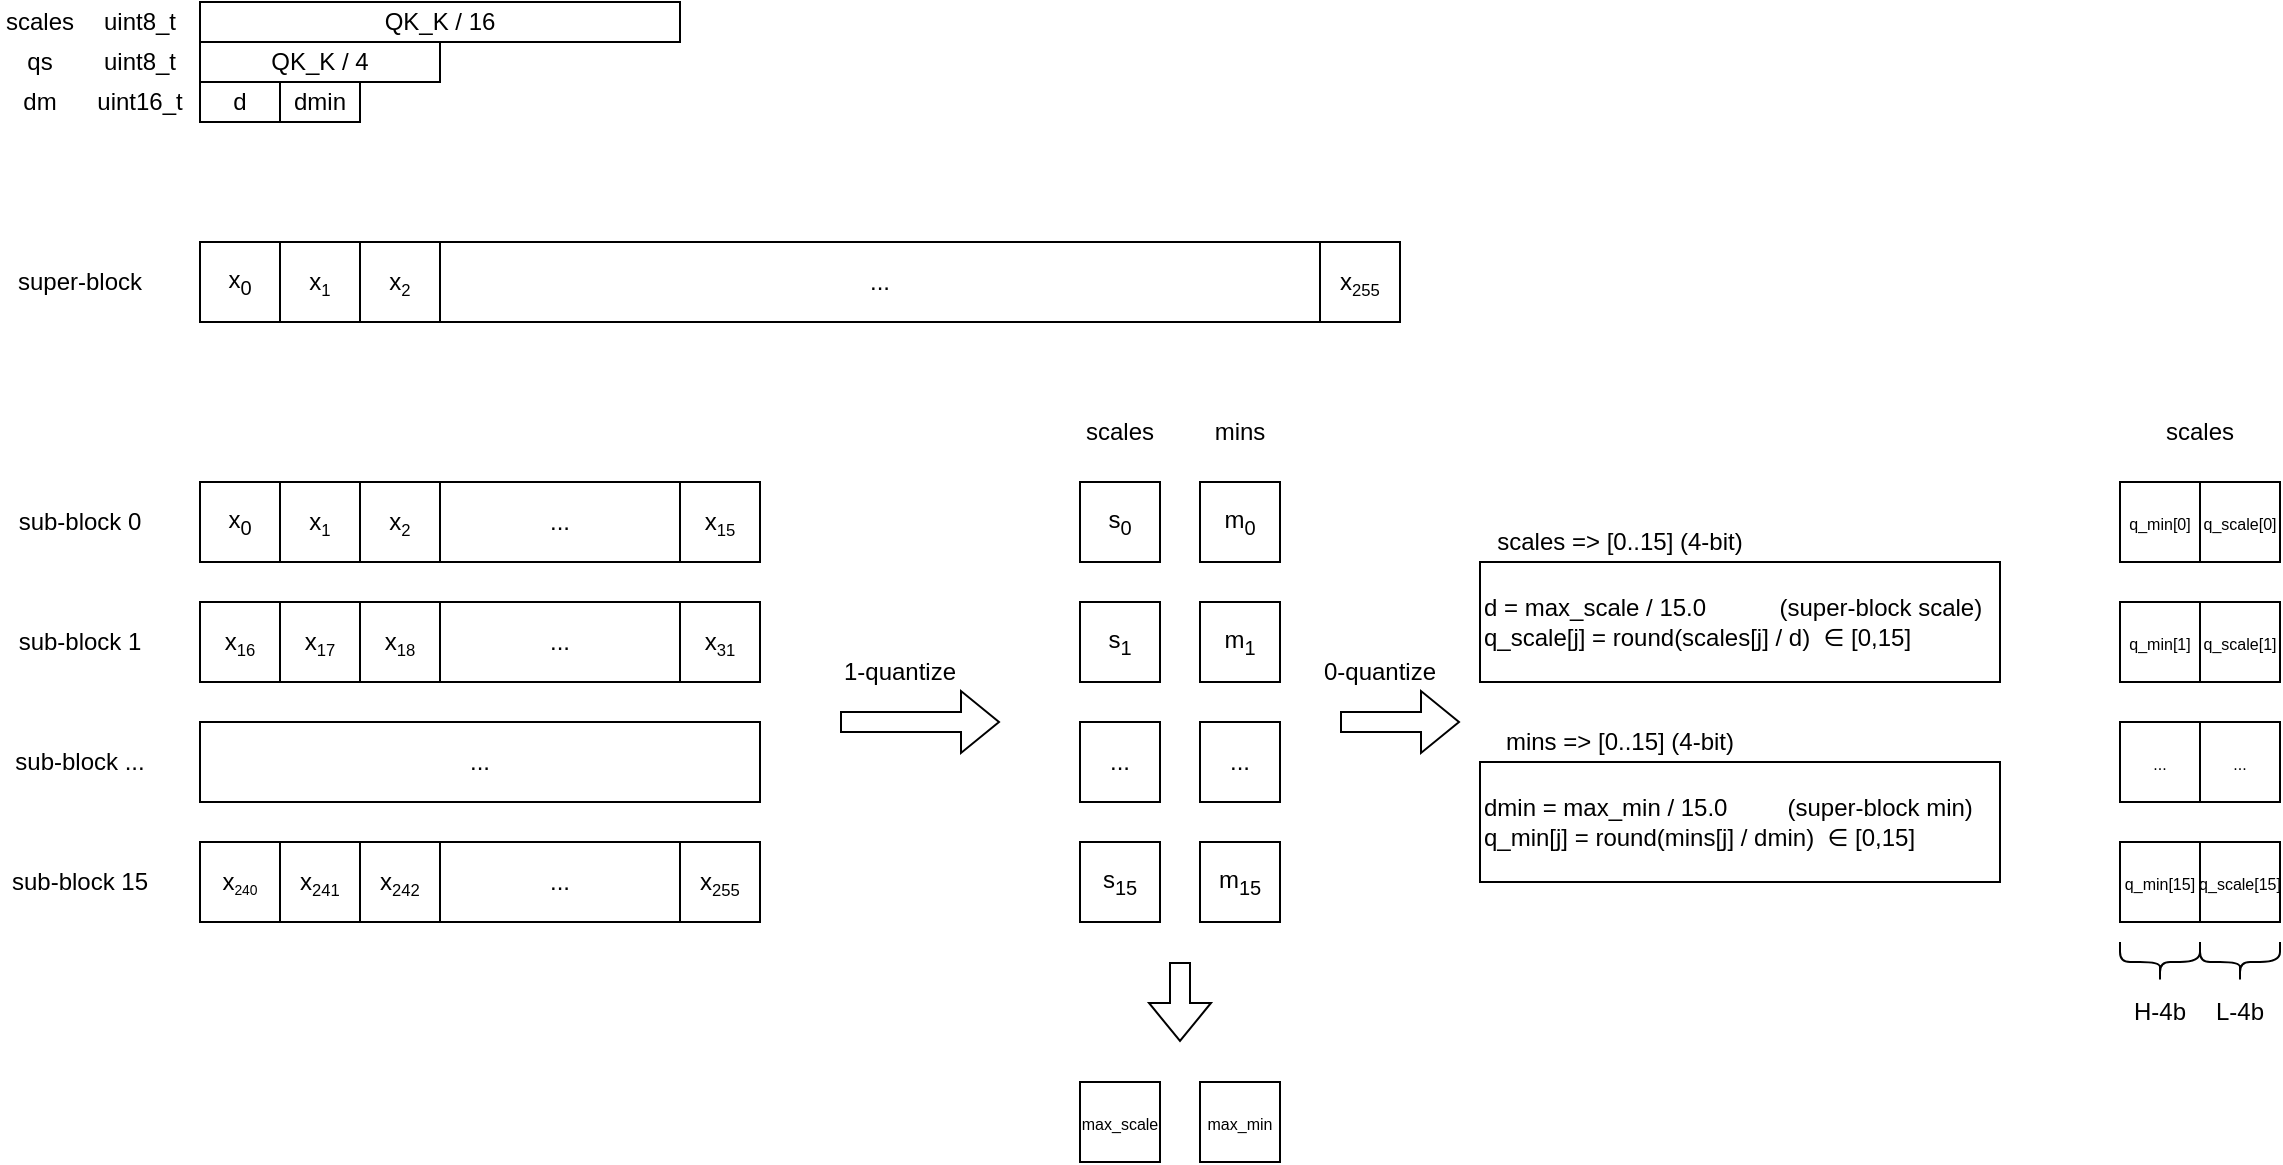
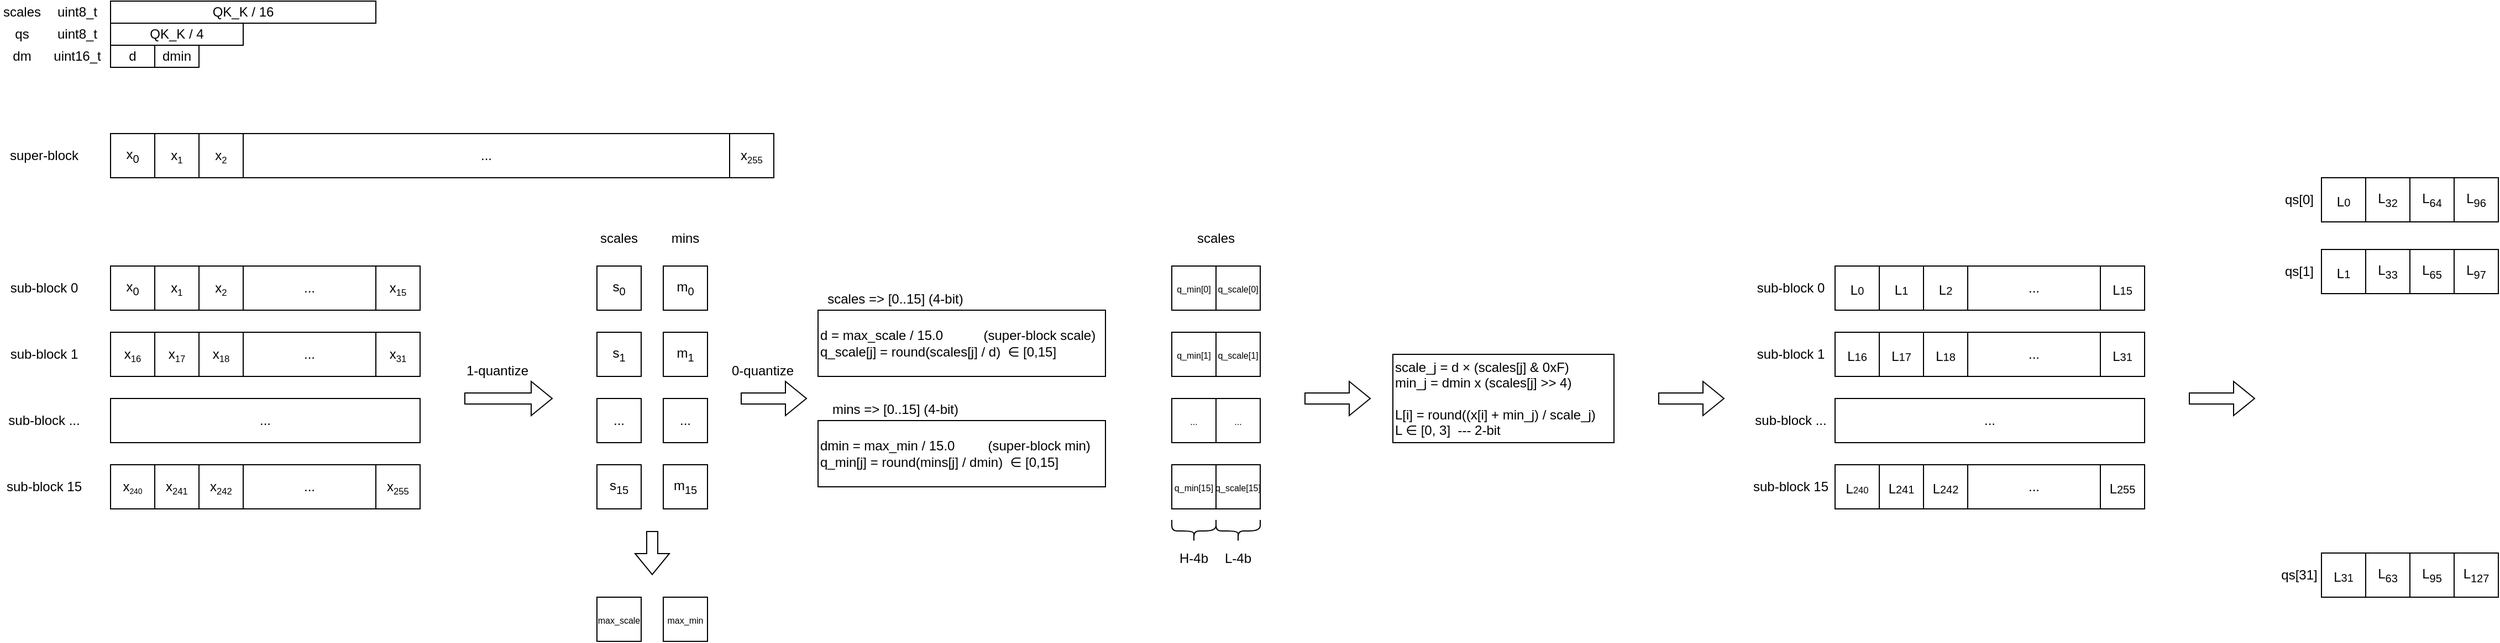
<mxfile host="app.diagrams.net">
  <diagram name="第 1 页" id="Si2-Z7cCXZd2prBrh_IV">
    <mxGraphModel dx="738" dy="1626" grid="1" gridSize="10" guides="1" tooltips="1" connect="1" arrows="1" fold="1" page="1" pageScale="1" pageWidth="827" pageHeight="1169" math="0" shadow="0">
      <root>
        <mxCell id="0" />
        <mxCell id="1" parent="0" />
        <mxCell id="sU8PSUKhDcx1YNUkFXAb-1" parent="1" style="rounded=0;whiteSpace=wrap;html=1;" value="x&lt;sub&gt;0&lt;/sub&gt;" vertex="1">
          <mxGeometry height="40" width="40" x="120" y="40" as="geometry" />
        </mxCell>
        <mxCell id="sU8PSUKhDcx1YNUkFXAb-2" parent="1" style="rounded=0;whiteSpace=wrap;html=1;" value="x&lt;span style=&quot;font-size: 10px;&quot;&gt;&lt;sub&gt;1&lt;/sub&gt;&lt;/span&gt;" vertex="1">
          <mxGeometry height="40" width="40" x="160" y="40" as="geometry" />
        </mxCell>
        <mxCell id="sU8PSUKhDcx1YNUkFXAb-3" parent="1" style="rounded=0;whiteSpace=wrap;html=1;" value="x&lt;span style=&quot;font-size: 10px;&quot;&gt;&lt;sub&gt;2&lt;/sub&gt;&lt;/span&gt;" vertex="1">
          <mxGeometry height="40" width="40" x="200" y="40" as="geometry" />
        </mxCell>
        <mxCell id="sU8PSUKhDcx1YNUkFXAb-4" parent="1" style="rounded=0;whiteSpace=wrap;html=1;" value="..." vertex="1">
          <mxGeometry height="40" width="440" x="240" y="40" as="geometry" />
        </mxCell>
        <mxCell id="sU8PSUKhDcx1YNUkFXAb-5" parent="1" style="rounded=0;whiteSpace=wrap;html=1;" value="x&lt;span style=&quot;font-size: 10px;&quot;&gt;&lt;sub&gt;255&lt;/sub&gt;&lt;/span&gt;" vertex="1">
          <mxGeometry height="40" width="40" x="680" y="40" as="geometry" />
        </mxCell>
        <mxCell id="sU8PSUKhDcx1YNUkFXAb-6" parent="1" style="text;html=1;whiteSpace=wrap;strokeColor=none;fillColor=none;align=center;verticalAlign=middle;rounded=0;" value="super-block" vertex="1">
          <mxGeometry height="40" width="80" x="20" y="40" as="geometry" />
        </mxCell>
        <mxCell id="sU8PSUKhDcx1YNUkFXAb-7" parent="1" style="rounded=0;whiteSpace=wrap;html=1;" value="x&lt;sub&gt;0&lt;/sub&gt;" vertex="1">
          <mxGeometry height="40" width="40" x="120" y="160" as="geometry" />
        </mxCell>
        <mxCell id="sU8PSUKhDcx1YNUkFXAb-8" parent="1" style="rounded=0;whiteSpace=wrap;html=1;" value="x&lt;span style=&quot;font-size: 10px;&quot;&gt;&lt;sub&gt;1&lt;/sub&gt;&lt;/span&gt;" vertex="1">
          <mxGeometry height="40" width="40" x="160" y="160" as="geometry" />
        </mxCell>
        <mxCell id="sU8PSUKhDcx1YNUkFXAb-9" parent="1" style="rounded=0;whiteSpace=wrap;html=1;" value="x&lt;span style=&quot;font-size: 10px;&quot;&gt;&lt;sub&gt;2&lt;/sub&gt;&lt;/span&gt;" vertex="1">
          <mxGeometry height="40" width="40" x="200" y="160" as="geometry" />
        </mxCell>
        <mxCell id="sU8PSUKhDcx1YNUkFXAb-10" parent="1" style="rounded=0;whiteSpace=wrap;html=1;" value="..." vertex="1">
          <mxGeometry height="40" width="120" x="240" y="160" as="geometry" />
        </mxCell>
        <mxCell id="sU8PSUKhDcx1YNUkFXAb-11" parent="1" style="rounded=0;whiteSpace=wrap;html=1;" value="x&lt;span style=&quot;font-size: 10px;&quot;&gt;&lt;sub&gt;15&lt;/sub&gt;&lt;/span&gt;" vertex="1">
          <mxGeometry height="40" width="40" x="360" y="160" as="geometry" />
        </mxCell>
        <mxCell id="sU8PSUKhDcx1YNUkFXAb-12" parent="1" style="rounded=0;whiteSpace=wrap;html=1;" value="x&lt;span style=&quot;font-size: 10px;&quot;&gt;&lt;sub&gt;16&lt;/sub&gt;&lt;/span&gt;" vertex="1">
          <mxGeometry height="40" width="40" x="120" y="220" as="geometry" />
        </mxCell>
        <mxCell id="sU8PSUKhDcx1YNUkFXAb-13" parent="1" style="rounded=0;whiteSpace=wrap;html=1;" value="x&lt;span style=&quot;font-size: 10px;&quot;&gt;&lt;sub&gt;17&lt;/sub&gt;&lt;/span&gt;" vertex="1">
          <mxGeometry height="40" width="40" x="160" y="220" as="geometry" />
        </mxCell>
        <mxCell id="sU8PSUKhDcx1YNUkFXAb-14" parent="1" style="rounded=0;whiteSpace=wrap;html=1;" value="x&lt;span style=&quot;font-size: 10px;&quot;&gt;&lt;sub&gt;18&lt;/sub&gt;&lt;/span&gt;" vertex="1">
          <mxGeometry height="40" width="40" x="200" y="220" as="geometry" />
        </mxCell>
        <mxCell id="sU8PSUKhDcx1YNUkFXAb-15" parent="1" style="rounded=0;whiteSpace=wrap;html=1;" value="..." vertex="1">
          <mxGeometry height="40" width="120" x="240" y="220" as="geometry" />
        </mxCell>
        <mxCell id="sU8PSUKhDcx1YNUkFXAb-16" parent="1" style="rounded=0;whiteSpace=wrap;html=1;" value="x&lt;span style=&quot;font-size: 10px;&quot;&gt;&lt;sub&gt;31&lt;/sub&gt;&lt;/span&gt;" vertex="1">
          <mxGeometry height="40" width="40" x="360" y="220" as="geometry" />
        </mxCell>
        <mxCell id="sU8PSUKhDcx1YNUkFXAb-17" parent="1" style="rounded=0;whiteSpace=wrap;html=1;" value="..." vertex="1">
          <mxGeometry height="40" width="280" x="120" y="280" as="geometry" />
        </mxCell>
        <mxCell id="sU8PSUKhDcx1YNUkFXAb-18" parent="1" style="rounded=0;whiteSpace=wrap;html=1;" value="x&lt;span style=&quot;font-size: 8.33333px;&quot;&gt;&lt;sub&gt;240&lt;/sub&gt;&lt;/span&gt;" vertex="1">
          <mxGeometry height="40" width="40" x="120" y="340" as="geometry" />
        </mxCell>
        <mxCell id="sU8PSUKhDcx1YNUkFXAb-19" parent="1" style="rounded=0;whiteSpace=wrap;html=1;" value="x&lt;span style=&quot;font-size: 10px;&quot;&gt;&lt;sub&gt;241&lt;/sub&gt;&lt;/span&gt;" vertex="1">
          <mxGeometry height="40" width="40" x="160" y="340" as="geometry" />
        </mxCell>
        <mxCell id="sU8PSUKhDcx1YNUkFXAb-20" parent="1" style="rounded=0;whiteSpace=wrap;html=1;" value="x&lt;span style=&quot;font-size: 10px;&quot;&gt;&lt;sub&gt;242&lt;/sub&gt;&lt;/span&gt;" vertex="1">
          <mxGeometry height="40" width="40" x="200" y="340" as="geometry" />
        </mxCell>
        <mxCell id="sU8PSUKhDcx1YNUkFXAb-21" parent="1" style="rounded=0;whiteSpace=wrap;html=1;" value="..." vertex="1">
          <mxGeometry height="40" width="120" x="240" y="340" as="geometry" />
        </mxCell>
        <mxCell id="sU8PSUKhDcx1YNUkFXAb-22" parent="1" style="rounded=0;whiteSpace=wrap;html=1;" value="x&lt;span style=&quot;font-size: 10px;&quot;&gt;&lt;sub&gt;255&lt;/sub&gt;&lt;/span&gt;" vertex="1">
          <mxGeometry height="40" width="40" x="360" y="340" as="geometry" />
        </mxCell>
        <mxCell id="sU8PSUKhDcx1YNUkFXAb-23" parent="1" style="text;html=1;whiteSpace=wrap;strokeColor=none;fillColor=none;align=center;verticalAlign=middle;rounded=0;" value="sub-block 0" vertex="1">
          <mxGeometry height="40" width="80" x="20" y="160" as="geometry" />
        </mxCell>
        <mxCell id="sU8PSUKhDcx1YNUkFXAb-24" parent="1" style="text;html=1;whiteSpace=wrap;strokeColor=none;fillColor=none;align=center;verticalAlign=middle;rounded=0;" value="sub-block 1" vertex="1">
          <mxGeometry height="40" width="80" x="20" y="220" as="geometry" />
        </mxCell>
        <mxCell id="sU8PSUKhDcx1YNUkFXAb-25" parent="1" style="text;html=1;whiteSpace=wrap;strokeColor=none;fillColor=none;align=center;verticalAlign=middle;rounded=0;" value="sub-block 15" vertex="1">
          <mxGeometry height="40" width="80" x="20" y="340" as="geometry" />
        </mxCell>
        <mxCell id="sU8PSUKhDcx1YNUkFXAb-26" parent="1" style="text;html=1;whiteSpace=wrap;strokeColor=none;fillColor=none;align=center;verticalAlign=middle;rounded=0;" value="sub-block ..." vertex="1">
          <mxGeometry height="40" width="80" x="20" y="280" as="geometry" />
        </mxCell>
        <mxCell id="sU8PSUKhDcx1YNUkFXAb-27" parent="1" style="rounded=0;whiteSpace=wrap;html=1;" value="QK_K / 16" vertex="1">
          <mxGeometry height="20" width="240" x="120" y="-80" as="geometry" />
        </mxCell>
        <mxCell id="sU8PSUKhDcx1YNUkFXAb-28" parent="1" style="rounded=0;whiteSpace=wrap;html=1;" value="QK_K / 4" vertex="1">
          <mxGeometry height="20" width="120" x="120" y="-60" as="geometry" />
        </mxCell>
        <mxCell id="sU8PSUKhDcx1YNUkFXAb-29" parent="1" style="rounded=0;whiteSpace=wrap;html=1;" value="d" vertex="1">
          <mxGeometry height="20" width="40" x="120" y="-40" as="geometry" />
        </mxCell>
        <mxCell id="sU8PSUKhDcx1YNUkFXAb-30" parent="1" style="rounded=0;whiteSpace=wrap;html=1;" value="dmin" vertex="1">
          <mxGeometry height="20" width="40" x="160" y="-40" as="geometry" />
        </mxCell>
        <mxCell id="sU8PSUKhDcx1YNUkFXAb-32" parent="1" style="text;html=1;whiteSpace=wrap;strokeColor=none;fillColor=none;align=center;verticalAlign=middle;rounded=0;" value="scales" vertex="1">
          <mxGeometry height="20" width="40" x="20" y="-80" as="geometry" />
        </mxCell>
        <mxCell id="sU8PSUKhDcx1YNUkFXAb-33" parent="1" style="text;html=1;whiteSpace=wrap;strokeColor=none;fillColor=none;align=center;verticalAlign=middle;rounded=0;" value="qs" vertex="1">
          <mxGeometry height="20" width="40" x="20" y="-60" as="geometry" />
        </mxCell>
        <mxCell id="sU8PSUKhDcx1YNUkFXAb-34" parent="1" style="text;html=1;whiteSpace=wrap;strokeColor=none;fillColor=none;align=center;verticalAlign=middle;rounded=0;" value="dm" vertex="1">
          <mxGeometry height="20" width="40" x="20" y="-40" as="geometry" />
        </mxCell>
        <mxCell id="sU8PSUKhDcx1YNUkFXAb-35" parent="1" style="text;html=1;whiteSpace=wrap;strokeColor=none;fillColor=none;align=center;verticalAlign=middle;rounded=0;" value="uint8_t" vertex="1">
          <mxGeometry height="20" width="60" x="60" y="-80" as="geometry" />
        </mxCell>
        <mxCell id="sU8PSUKhDcx1YNUkFXAb-36" parent="1" style="text;html=1;whiteSpace=wrap;strokeColor=none;fillColor=none;align=center;verticalAlign=middle;rounded=0;" value="uint8_t" vertex="1">
          <mxGeometry height="20" width="60" x="60" y="-60" as="geometry" />
        </mxCell>
        <mxCell id="sU8PSUKhDcx1YNUkFXAb-37" parent="1" style="text;html=1;whiteSpace=wrap;strokeColor=none;fillColor=none;align=center;verticalAlign=middle;rounded=0;" value="uint16_t" vertex="1">
          <mxGeometry height="20" width="60" x="60" y="-40" as="geometry" />
        </mxCell>
        <mxCell id="sU8PSUKhDcx1YNUkFXAb-38" edge="1" parent="1" style="shape=flexArrow;endArrow=classic;html=1;rounded=0;" value="">
          <mxGeometry height="50" relative="1" width="50" as="geometry">
            <mxPoint x="440" y="280" as="sourcePoint" />
            <mxPoint x="520" y="280" as="targetPoint" />
          </mxGeometry>
        </mxCell>
        <mxCell id="sU8PSUKhDcx1YNUkFXAb-39" parent="1" style="rounded=0;whiteSpace=wrap;html=1;" value="s&lt;sub&gt;0&lt;/sub&gt;" vertex="1">
          <mxGeometry height="40" width="40" x="560" y="160" as="geometry" />
        </mxCell>
        <mxCell id="sU8PSUKhDcx1YNUkFXAb-41" parent="1" style="rounded=0;whiteSpace=wrap;html=1;" value="s&lt;sub&gt;1&lt;/sub&gt;" vertex="1">
          <mxGeometry height="40" width="40" x="560" y="220" as="geometry" />
        </mxCell>
        <mxCell id="sU8PSUKhDcx1YNUkFXAb-42" parent="1" style="rounded=0;whiteSpace=wrap;html=1;" value="..." vertex="1">
          <mxGeometry height="40" width="40" x="560" y="280" as="geometry" />
        </mxCell>
        <mxCell id="sU8PSUKhDcx1YNUkFXAb-43" parent="1" style="rounded=0;whiteSpace=wrap;html=1;" value="s&lt;sub&gt;15&lt;/sub&gt;" vertex="1">
          <mxGeometry height="40" width="40" x="560" y="340" as="geometry" />
        </mxCell>
        <mxCell id="sU8PSUKhDcx1YNUkFXAb-44" parent="1" style="text;html=1;whiteSpace=wrap;strokeColor=none;fillColor=none;align=center;verticalAlign=middle;rounded=0;" value="scales" vertex="1">
          <mxGeometry height="30" width="60" x="550" y="120" as="geometry" />
        </mxCell>
        <mxCell id="sU8PSUKhDcx1YNUkFXAb-46" parent="1" style="rounded=0;whiteSpace=wrap;html=1;" value="m&lt;sub&gt;0&lt;/sub&gt;" vertex="1">
          <mxGeometry height="40" width="40" x="620" y="160" as="geometry" />
        </mxCell>
        <mxCell id="sU8PSUKhDcx1YNUkFXAb-47" parent="1" style="rounded=0;whiteSpace=wrap;html=1;" value="m&lt;sub&gt;1&lt;/sub&gt;" vertex="1">
          <mxGeometry height="40" width="40" x="620" y="220" as="geometry" />
        </mxCell>
        <mxCell id="sU8PSUKhDcx1YNUkFXAb-48" parent="1" style="rounded=0;whiteSpace=wrap;html=1;" value="..." vertex="1">
          <mxGeometry height="40" width="40" x="620" y="280" as="geometry" />
        </mxCell>
        <mxCell id="sU8PSUKhDcx1YNUkFXAb-49" parent="1" style="rounded=0;whiteSpace=wrap;html=1;" value="m&lt;sub&gt;15&lt;/sub&gt;" vertex="1">
          <mxGeometry height="40" width="40" x="620" y="340" as="geometry" />
        </mxCell>
        <mxCell id="sU8PSUKhDcx1YNUkFXAb-50" parent="1" style="text;html=1;whiteSpace=wrap;strokeColor=none;fillColor=none;align=center;verticalAlign=middle;rounded=0;" value="mins" vertex="1">
          <mxGeometry height="30" width="60" x="610" y="120" as="geometry" />
        </mxCell>
        <mxCell id="sU8PSUKhDcx1YNUkFXAb-52" edge="1" parent="1" style="shape=flexArrow;endArrow=classic;html=1;rounded=0;" value="">
          <mxGeometry height="50" relative="1" width="50" as="geometry">
            <mxPoint x="610" y="400" as="sourcePoint" />
            <mxPoint x="610" y="440" as="targetPoint" />
          </mxGeometry>
        </mxCell>
        <mxCell id="sU8PSUKhDcx1YNUkFXAb-53" parent="1" style="rounded=0;whiteSpace=wrap;html=1;" value="&lt;font style=&quot;font-size: 8px;&quot;&gt;max_scale&lt;/font&gt;" vertex="1">
          <mxGeometry height="40" width="40" x="560" y="460" as="geometry" />
        </mxCell>
        <mxCell id="sU8PSUKhDcx1YNUkFXAb-55" parent="1" style="rounded=0;whiteSpace=wrap;html=1;" value="&lt;font style=&quot;font-size: 8px;&quot;&gt;max_min&lt;/font&gt;" vertex="1">
          <mxGeometry height="40" width="40" x="620" y="460" as="geometry" />
        </mxCell>
        <mxCell id="sU8PSUKhDcx1YNUkFXAb-57" edge="1" parent="1" style="shape=flexArrow;endArrow=classic;html=1;rounded=0;" value="">
          <mxGeometry height="50" relative="1" width="50" as="geometry">
            <mxPoint x="690" y="280" as="sourcePoint" />
            <mxPoint x="750" y="280" as="targetPoint" />
          </mxGeometry>
        </mxCell>
        <mxCell id="sU8PSUKhDcx1YNUkFXAb-58" parent="1" style="whiteSpace=wrap;html=1;align=left;" value="d = max_scale / 15.0&amp;nbsp;&amp;nbsp; &amp;nbsp; &amp;nbsp; &amp;nbsp; &amp;nbsp; (super-block scale)&lt;br&gt;q_scale[j] = round(scales[j] / d)&amp;nbsp; ∈ [0,15]" vertex="1">
          <mxGeometry height="60" width="260" x="760" y="200" as="geometry" />
        </mxCell>
        <mxCell id="sU8PSUKhDcx1YNUkFXAb-59" parent="1" style="whiteSpace=wrap;html=1;align=left;" value="dmin = max_min / 15.0&amp;nbsp; &amp;nbsp; &amp;nbsp; &amp;nbsp; &amp;nbsp;(super-block min)&amp;nbsp;&lt;br&gt;q_min[j] = round(mins[j] / dmin)&amp;nbsp; ∈ [0,15]" vertex="1">
          <mxGeometry height="60" width="260" x="760" y="300" as="geometry" />
        </mxCell>
        <mxCell id="sU8PSUKhDcx1YNUkFXAb-61" parent="1" style="text;html=1;whiteSpace=wrap;strokeColor=none;fillColor=none;align=center;verticalAlign=middle;rounded=0;" value="scales =&amp;gt; [0..15] (4-bit)" vertex="1">
          <mxGeometry height="20" width="140" x="760" y="180" as="geometry" />
        </mxCell>
        <mxCell id="sU8PSUKhDcx1YNUkFXAb-62" parent="1" style="text;html=1;whiteSpace=wrap;strokeColor=none;fillColor=none;align=center;verticalAlign=middle;rounded=0;" value="mins =&amp;gt; [0..15] (4-bit)" vertex="1">
          <mxGeometry height="20" width="140" x="760" y="280" as="geometry" />
        </mxCell>
        <mxCell id="sU8PSUKhDcx1YNUkFXAb-63" parent="1" style="whiteSpace=wrap;html=1;" value="&lt;font style=&quot;font-size: 8px;&quot;&gt;q_min[0]&lt;/font&gt;" vertex="1">
          <mxGeometry height="40" width="40" x="1080" y="160" as="geometry" />
        </mxCell>
        <mxCell id="sU8PSUKhDcx1YNUkFXAb-65" parent="1" style="whiteSpace=wrap;html=1;" value="&lt;font style=&quot;font-size: 8px;&quot;&gt;q_scale[0]&lt;/font&gt;" vertex="1">
          <mxGeometry height="40" width="40" x="1120" y="160" as="geometry" />
        </mxCell>
        <mxCell id="sU8PSUKhDcx1YNUkFXAb-71" parent="1" style="text;html=1;whiteSpace=wrap;strokeColor=none;fillColor=none;align=center;verticalAlign=middle;rounded=0;" value="scales" vertex="1">
          <mxGeometry height="30" width="60" x="1090" y="120" as="geometry" />
        </mxCell>
        <mxCell id="sU8PSUKhDcx1YNUkFXAb-72" parent="1" style="whiteSpace=wrap;html=1;" value="&lt;font style=&quot;font-size: 8px;&quot;&gt;q_min[1]&lt;/font&gt;" vertex="1">
          <mxGeometry height="40" width="40" x="1080" y="220" as="geometry" />
        </mxCell>
        <mxCell id="sU8PSUKhDcx1YNUkFXAb-73" parent="1" style="whiteSpace=wrap;html=1;" value="&lt;font style=&quot;font-size: 8px;&quot;&gt;q_scale[1]&lt;/font&gt;" vertex="1">
          <mxGeometry height="40" width="40" x="1120" y="220" as="geometry" />
        </mxCell>
        <mxCell id="sU8PSUKhDcx1YNUkFXAb-74" parent="1" style="whiteSpace=wrap;html=1;" value="&lt;span style=&quot;font-size: 8px;&quot;&gt;...&lt;/span&gt;" vertex="1">
          <mxGeometry height="40" width="40" x="1080" y="280" as="geometry" />
        </mxCell>
        <mxCell id="sU8PSUKhDcx1YNUkFXAb-75" parent="1" style="whiteSpace=wrap;html=1;" value="&lt;font style=&quot;font-size: 8px;&quot;&gt;...&lt;/font&gt;" vertex="1">
          <mxGeometry height="40" width="40" x="1120" y="280" as="geometry" />
        </mxCell>
        <mxCell id="sU8PSUKhDcx1YNUkFXAb-76" parent="1" style="whiteSpace=wrap;html=1;" value="&lt;font style=&quot;font-size: 8px;&quot;&gt;q_min[15]&lt;/font&gt;" vertex="1">
          <mxGeometry height="40" width="40" x="1080" y="340" as="geometry" />
        </mxCell>
        <mxCell id="sU8PSUKhDcx1YNUkFXAb-77" parent="1" style="whiteSpace=wrap;html=1;" value="&lt;font style=&quot;font-size: 8px;&quot;&gt;q_scale[15]&lt;/font&gt;" vertex="1">
          <mxGeometry height="40" width="40" x="1120" y="340" as="geometry" />
        </mxCell>
        <mxCell id="sU8PSUKhDcx1YNUkFXAb-78" parent="1" style="shape=curlyBracket;whiteSpace=wrap;html=1;rounded=1;flipH=1;labelPosition=right;verticalLabelPosition=middle;align=left;verticalAlign=middle;legacyAnchorPoints=0;rotation=90;" value="" vertex="1">
          <mxGeometry height="40" width="20" x="1090" y="380" as="geometry" />
        </mxCell>
        <mxCell id="sU8PSUKhDcx1YNUkFXAb-79" parent="1" style="shape=curlyBracket;whiteSpace=wrap;html=1;rounded=1;flipH=1;labelPosition=right;verticalLabelPosition=middle;align=left;verticalAlign=middle;legacyAnchorPoints=0;rotation=90;" value="" vertex="1">
          <mxGeometry height="40" width="20" x="1130" y="380" as="geometry" />
        </mxCell>
        <mxCell id="sU8PSUKhDcx1YNUkFXAb-80" parent="1" style="text;html=1;whiteSpace=wrap;strokeColor=none;fillColor=none;align=center;verticalAlign=middle;rounded=0;" value="H-4b" vertex="1">
          <mxGeometry height="30" width="40" x="1080" y="410" as="geometry" />
        </mxCell>
        <mxCell id="sU8PSUKhDcx1YNUkFXAb-81" parent="1" style="text;html=1;whiteSpace=wrap;strokeColor=none;fillColor=none;align=center;verticalAlign=middle;rounded=0;" value="L-4b" vertex="1">
          <mxGeometry height="30" width="40" x="1120" y="410" as="geometry" />
        </mxCell>
        <mxCell id="sU8PSUKhDcx1YNUkFXAb-82" parent="1" style="text;html=1;whiteSpace=wrap;strokeColor=none;fillColor=none;align=center;verticalAlign=middle;rounded=0;" value="1-quantize" vertex="1">
          <mxGeometry height="30" width="80" x="430" y="240" as="geometry" />
        </mxCell>
        <mxCell id="sU8PSUKhDcx1YNUkFXAb-83" parent="1" style="text;html=1;whiteSpace=wrap;strokeColor=none;fillColor=none;align=center;verticalAlign=middle;rounded=0;" value="0-quantize" vertex="1">
          <mxGeometry height="30" width="60" x="680" y="240" as="geometry" />
        </mxCell>
+         <mxCell id="sU8PSUKhDcx1YNUkFXAb-85" edge="1" parent="1" style="shape=flexArrow;endArrow=classic;html=1;rounded=0;" value="">
+           <mxGeometry height="50" relative="1" width="50" as="geometry">
+             <mxPoint x="1200" y="280" as="sourcePoint" />
+             <mxPoint x="1260" y="280" as="targetPoint" />
+           </mxGeometry>
+         </mxCell>
+         <mxCell id="sU8PSUKhDcx1YNUkFXAb-86" parent="1" style="rounded=0;whiteSpace=wrap;html=1;align=left;" value="scale_j = d × (scales[j] &amp;amp; 0xF)&lt;br&gt;min_j = dmin x (scales[j] &amp;gt;&amp;gt; 4)&lt;br&gt;&lt;br&gt;L[i] = round((x[i] + min_j) / scale_j)&lt;br&gt;L ∈ [0, 3]&amp;nbsp; --- 2-bit&amp;nbsp;" vertex="1">
+           <mxGeometry height="80" width="200" x="1280" y="240" as="geometry" />
+         </mxCell>
+         <mxCell id="sU8PSUKhDcx1YNUkFXAb-87" edge="1" parent="1" style="shape=flexArrow;endArrow=classic;html=1;rounded=0;" value="">
+           <mxGeometry height="50" relative="1" width="50" as="geometry">
+             <mxPoint x="1520" y="280" as="sourcePoint" />
+             <mxPoint x="1580" y="280" as="targetPoint" />
+           </mxGeometry>
+         </mxCell>
+         <mxCell id="sU8PSUKhDcx1YNUkFXAb-89" parent="1" style="rounded=0;whiteSpace=wrap;html=1;" value="&lt;sub&gt;&lt;span style=&quot;font-size: 12px;&quot;&gt;L&lt;/span&gt;0&lt;/sub&gt;" vertex="1">
+           <mxGeometry height="40" width="40" x="1680" y="160" as="geometry" />
+         </mxCell>
+         <mxCell id="sU8PSUKhDcx1YNUkFXAb-90" parent="1" style="rounded=0;whiteSpace=wrap;html=1;" value="&lt;sub style=&quot;&quot;&gt;&lt;span style=&quot;font-size: 12px;&quot;&gt;L&lt;/span&gt;1&lt;/sub&gt;" vertex="1">
+           <mxGeometry height="40" width="40" x="1720" y="160" as="geometry" />
+         </mxCell>
+         <mxCell id="sU8PSUKhDcx1YNUkFXAb-91" parent="1" style="rounded=0;whiteSpace=wrap;html=1;" value="&lt;sub style=&quot;&quot;&gt;&lt;span style=&quot;font-size: 12px;&quot;&gt;L&lt;/span&gt;2&lt;/sub&gt;" vertex="1">
+           <mxGeometry height="40" width="40" x="1760" y="160" as="geometry" />
+         </mxCell>
+         <mxCell id="sU8PSUKhDcx1YNUkFXAb-92" parent="1" style="rounded=0;whiteSpace=wrap;html=1;" value="..." vertex="1">
+           <mxGeometry height="40" width="120" x="1800" y="160" as="geometry" />
+         </mxCell>
+         <mxCell id="sU8PSUKhDcx1YNUkFXAb-93" parent="1" style="rounded=0;whiteSpace=wrap;html=1;" value="&lt;sub style=&quot;&quot;&gt;&lt;span style=&quot;font-size: 12px;&quot;&gt;L&lt;/span&gt;15&lt;/sub&gt;" vertex="1">
+           <mxGeometry height="40" width="40" x="1920" y="160" as="geometry" />
+         </mxCell>
+         <mxCell id="sU8PSUKhDcx1YNUkFXAb-94" parent="1" style="rounded=0;whiteSpace=wrap;html=1;" value="&lt;sub style=&quot;&quot;&gt;&lt;span style=&quot;font-size: 12px;&quot;&gt;L&lt;/span&gt;16&lt;/sub&gt;" vertex="1">
+           <mxGeometry height="40" width="40" x="1680" y="220" as="geometry" />
+         </mxCell>
+         <mxCell id="sU8PSUKhDcx1YNUkFXAb-95" parent="1" style="rounded=0;whiteSpace=wrap;html=1;" value="&lt;sub style=&quot;&quot;&gt;&lt;span style=&quot;font-size: 12px;&quot;&gt;L&lt;/span&gt;17&lt;/sub&gt;" vertex="1">
+           <mxGeometry height="40" width="40" x="1720" y="220" as="geometry" />
+         </mxCell>
+         <mxCell id="sU8PSUKhDcx1YNUkFXAb-96" parent="1" style="rounded=0;whiteSpace=wrap;html=1;" value="&lt;sub style=&quot;&quot;&gt;&lt;span style=&quot;font-size: 12px;&quot;&gt;L&lt;/span&gt;18&lt;/sub&gt;" vertex="1">
+           <mxGeometry height="40" width="40" x="1760" y="220" as="geometry" />
+         </mxCell>
+         <mxCell id="sU8PSUKhDcx1YNUkFXAb-97" parent="1" style="rounded=0;whiteSpace=wrap;html=1;" value="..." vertex="1">
+           <mxGeometry height="40" width="120" x="1800" y="220" as="geometry" />
+         </mxCell>
+         <mxCell id="sU8PSUKhDcx1YNUkFXAb-98" parent="1" style="rounded=0;whiteSpace=wrap;html=1;" value="&lt;sub style=&quot;&quot;&gt;&lt;span style=&quot;font-size: 12px;&quot;&gt;L&lt;/span&gt;31&lt;/sub&gt;" vertex="1">
+           <mxGeometry height="40" width="40" x="1920" y="220" as="geometry" />
+         </mxCell>
+         <mxCell id="sU8PSUKhDcx1YNUkFXAb-99" parent="1" style="rounded=0;whiteSpace=wrap;html=1;" value="..." vertex="1">
+           <mxGeometry height="40" width="280" x="1680" y="280" as="geometry" />
+         </mxCell>
+         <mxCell id="sU8PSUKhDcx1YNUkFXAb-100" parent="1" style="rounded=0;whiteSpace=wrap;html=1;" value="&lt;sub style=&quot;&quot;&gt;&lt;span style=&quot;font-size: 12px;&quot;&gt;L&lt;/span&gt;&lt;span style=&quot;font-size: 8.33333px;&quot;&gt;240&lt;/span&gt;&lt;/sub&gt;" vertex="1">
+           <mxGeometry height="40" width="40" x="1680" y="340" as="geometry" />
+         </mxCell>
+         <mxCell id="sU8PSUKhDcx1YNUkFXAb-101" parent="1" style="rounded=0;whiteSpace=wrap;html=1;" value="&lt;sub style=&quot;&quot;&gt;&lt;span style=&quot;font-size: 12px;&quot;&gt;L&lt;/span&gt;241&lt;/sub&gt;" vertex="1">
+           <mxGeometry height="40" width="40" x="1720" y="340" as="geometry" />
+         </mxCell>
+         <mxCell id="sU8PSUKhDcx1YNUkFXAb-102" parent="1" style="rounded=0;whiteSpace=wrap;html=1;" value="&lt;sub style=&quot;&quot;&gt;&lt;span style=&quot;font-size: 12px;&quot;&gt;L&lt;/span&gt;242&lt;/sub&gt;" vertex="1">
+           <mxGeometry height="40" width="40" x="1760" y="340" as="geometry" />
+         </mxCell>
+         <mxCell id="sU8PSUKhDcx1YNUkFXAb-103" parent="1" style="rounded=0;whiteSpace=wrap;html=1;" value="..." vertex="1">
+           <mxGeometry height="40" width="120" x="1800" y="340" as="geometry" />
+         </mxCell>
+         <mxCell id="sU8PSUKhDcx1YNUkFXAb-104" parent="1" style="rounded=0;whiteSpace=wrap;html=1;" value="&lt;sub style=&quot;&quot;&gt;&lt;span style=&quot;font-size: 12px;&quot;&gt;L&lt;/span&gt;255&lt;/sub&gt;" vertex="1">
+           <mxGeometry height="40" width="40" x="1920" y="340" as="geometry" />
+         </mxCell>
+         <mxCell id="sU8PSUKhDcx1YNUkFXAb-105" parent="1" style="text;html=1;whiteSpace=wrap;strokeColor=none;fillColor=none;align=center;verticalAlign=middle;rounded=0;" value="sub-block 0" vertex="1">
+           <mxGeometry height="40" width="80" x="1600" y="160" as="geometry" />
+         </mxCell>
+         <mxCell id="sU8PSUKhDcx1YNUkFXAb-106" parent="1" style="text;html=1;whiteSpace=wrap;strokeColor=none;fillColor=none;align=center;verticalAlign=middle;rounded=0;" value="sub-block 1" vertex="1">
+           <mxGeometry height="40" width="80" x="1600" y="220" as="geometry" />
+         </mxCell>
+         <mxCell id="sU8PSUKhDcx1YNUkFXAb-107" parent="1" style="text;html=1;whiteSpace=wrap;strokeColor=none;fillColor=none;align=center;verticalAlign=middle;rounded=0;" value="sub-block 15" vertex="1">
+           <mxGeometry height="40" width="80" x="1600" y="340" as="geometry" />
+         </mxCell>
+         <mxCell id="sU8PSUKhDcx1YNUkFXAb-108" parent="1" style="text;html=1;whiteSpace=wrap;strokeColor=none;fillColor=none;align=center;verticalAlign=middle;rounded=0;" value="sub-block ..." vertex="1">
+           <mxGeometry height="40" width="80" x="1600" y="280" as="geometry" />
+         </mxCell>
+         <mxCell id="sU8PSUKhDcx1YNUkFXAb-109" edge="1" parent="1" style="shape=flexArrow;endArrow=classic;html=1;rounded=0;" value="">
+           <mxGeometry height="50" relative="1" width="50" as="geometry">
+             <mxPoint x="2000" y="280" as="sourcePoint" />
+             <mxPoint x="2060" y="280" as="targetPoint" />
+           </mxGeometry>
+         </mxCell>
+         <mxCell id="sU8PSUKhDcx1YNUkFXAb-110" parent="1" style="rounded=0;whiteSpace=wrap;html=1;" value="&lt;sub&gt;&lt;span style=&quot;font-size: 12px;&quot;&gt;L&lt;/span&gt;0&lt;/sub&gt;" vertex="1">
+           <mxGeometry height="40" width="40" x="2120" y="80" as="geometry" />
+         </mxCell>
+         <mxCell id="sU8PSUKhDcx1YNUkFXAb-111" parent="1" style="rounded=0;whiteSpace=wrap;html=1;" value="L&lt;sub&gt;32&lt;/sub&gt;" vertex="1">
+           <mxGeometry height="40" width="40" x="2160" y="80" as="geometry" />
+         </mxCell>
+         <mxCell id="sU8PSUKhDcx1YNUkFXAb-112" parent="1" style="rounded=0;whiteSpace=wrap;html=1;" value="L&lt;sub&gt;64&lt;/sub&gt;" vertex="1">
+           <mxGeometry height="40" width="40" x="2200" y="80" as="geometry" />
+         </mxCell>
+         <mxCell id="sU8PSUKhDcx1YNUkFXAb-113" parent="1" style="rounded=0;whiteSpace=wrap;html=1;" value="L&lt;sub&gt;96&lt;/sub&gt;" vertex="1">
+           <mxGeometry height="40" width="40" x="2240" y="80" as="geometry" />
+         </mxCell>
+         <mxCell id="sU8PSUKhDcx1YNUkFXAb-114" parent="1" style="text;html=1;whiteSpace=wrap;strokeColor=none;fillColor=none;align=center;verticalAlign=middle;rounded=0;" value="qs[0]" vertex="1">
+           <mxGeometry height="30" width="40" x="2080" y="85" as="geometry" />
+         </mxCell>
+         <mxCell id="sU8PSUKhDcx1YNUkFXAb-119" parent="1" style="text;html=1;whiteSpace=wrap;strokeColor=none;fillColor=none;align=center;verticalAlign=middle;rounded=0;" value="qs[1]" vertex="1">
+           <mxGeometry height="30" width="40" x="2080" y="150" as="geometry" />
+         </mxCell>
+         <mxCell id="sU8PSUKhDcx1YNUkFXAb-120" parent="1" style="rounded=0;whiteSpace=wrap;html=1;" value="&lt;sub&gt;&lt;span style=&quot;font-size: 12px;&quot;&gt;L&lt;/span&gt;1&lt;/sub&gt;" vertex="1">
+           <mxGeometry height="40" width="40" x="2120" y="145" as="geometry" />
+         </mxCell>
+         <mxCell id="sU8PSUKhDcx1YNUkFXAb-121" parent="1" style="rounded=0;whiteSpace=wrap;html=1;" value="L&lt;sub&gt;33&lt;/sub&gt;" vertex="1">
+           <mxGeometry height="40" width="40" x="2160" y="145" as="geometry" />
+         </mxCell>
+         <mxCell id="sU8PSUKhDcx1YNUkFXAb-122" parent="1" style="rounded=0;whiteSpace=wrap;html=1;" value="L&lt;sub&gt;65&lt;/sub&gt;" vertex="1">
+           <mxGeometry height="40" width="40" x="2200" y="145" as="geometry" />
+         </mxCell>
+         <mxCell id="sU8PSUKhDcx1YNUkFXAb-123" parent="1" style="rounded=0;whiteSpace=wrap;html=1;" value="L&lt;sub&gt;97&lt;/sub&gt;" vertex="1">
+           <mxGeometry height="40" width="40" x="2240" y="145" as="geometry" />
+         </mxCell>
+         <mxCell id="sU8PSUKhDcx1YNUkFXAb-124" parent="1" style="text;html=1;whiteSpace=wrap;strokeColor=none;fillColor=none;align=center;verticalAlign=middle;rounded=0;" value="qs[31]" vertex="1">
+           <mxGeometry height="30" width="40" x="2080" y="425" as="geometry" />
+         </mxCell>
+         <mxCell id="sU8PSUKhDcx1YNUkFXAb-125" parent="1" style="rounded=0;whiteSpace=wrap;html=1;" value="&lt;sub&gt;&lt;span style=&quot;font-size: 12px;&quot;&gt;L&lt;/span&gt;31&lt;/sub&gt;" vertex="1">
+           <mxGeometry height="40" width="40" x="2120" y="420" as="geometry" />
+         </mxCell>
+         <mxCell id="sU8PSUKhDcx1YNUkFXAb-126" parent="1" style="rounded=0;whiteSpace=wrap;html=1;" value="L&lt;sub&gt;63&lt;/sub&gt;" vertex="1">
+           <mxGeometry height="40" width="40" x="2160" y="420" as="geometry" />
+         </mxCell>
+         <mxCell id="sU8PSUKhDcx1YNUkFXAb-127" parent="1" style="rounded=0;whiteSpace=wrap;html=1;" value="L&lt;sub&gt;95&lt;/sub&gt;" vertex="1">
+           <mxGeometry height="40" width="40" x="2200" y="420" as="geometry" />
+         </mxCell>
+         <mxCell id="sU8PSUKhDcx1YNUkFXAb-128" parent="1" style="rounded=0;whiteSpace=wrap;html=1;" value="L&lt;sub&gt;127&lt;/sub&gt;" vertex="1">
+           <mxGeometry height="40" width="40" x="2240" y="420" as="geometry" />
+         </mxCell>
      </root>
    </mxGraphModel>
  </diagram>
</mxfile>
